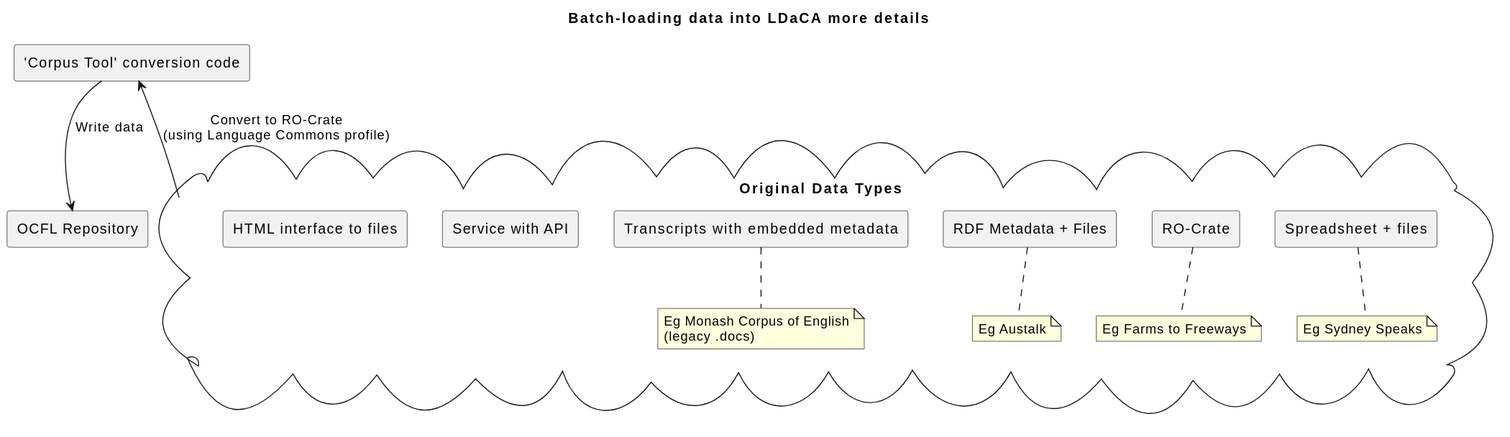
Above: diagrams/ldaca-batch-data-conversion-simple.svg in Language-Research-Technology/plantuml-diagrams (PlantUML), before the change.
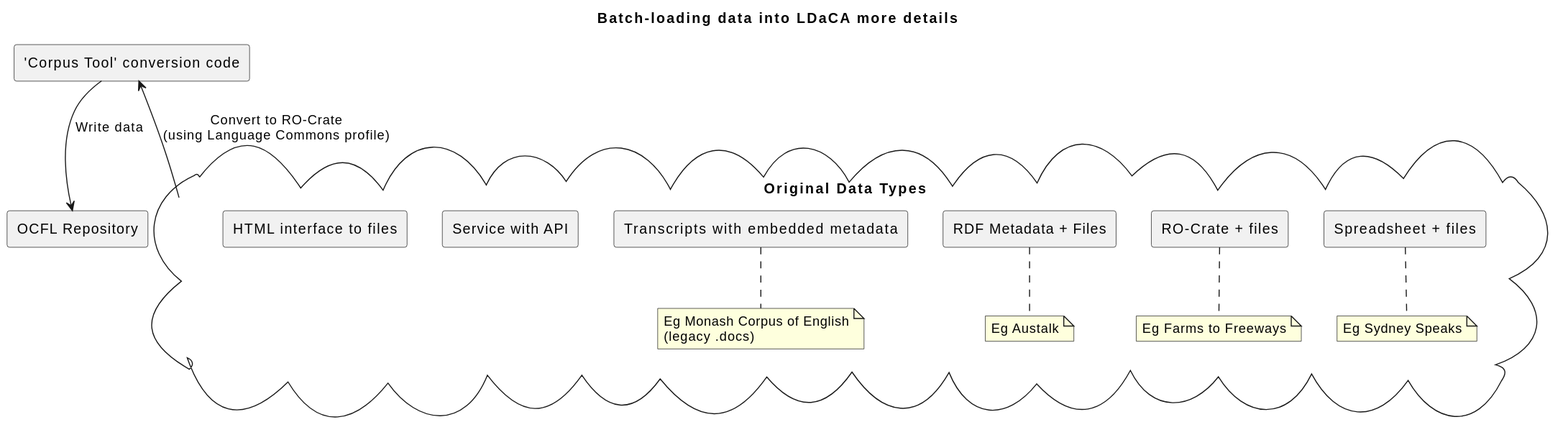
Later version of the same file.

Change to the diagram source:
```diff
@@ -6,7 +6,7 @@
 
 }
 note bottom of csv: Eg Sydney Speaks
-rectangle "RO-Crate" as crate {
+rectangle "RO-Crate + files" as crate {
 
 }
 
```
